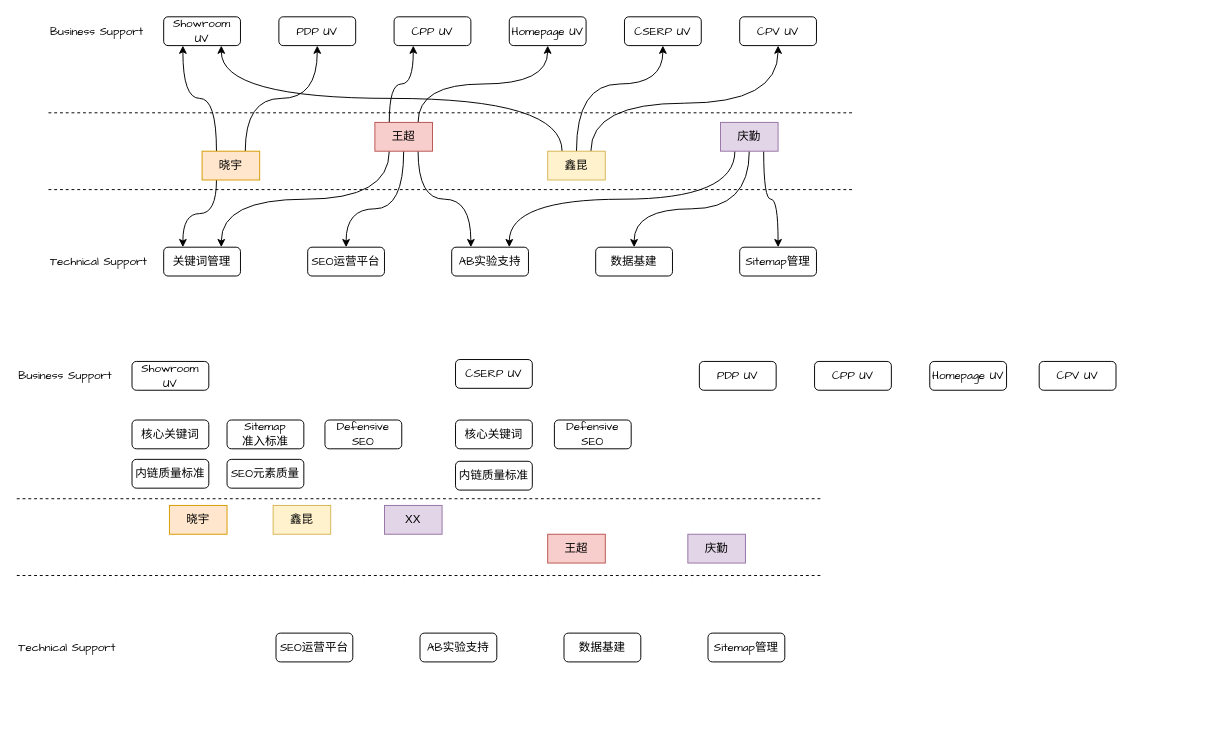
Above: drawio/团队分工.drawio in VisableHarry/seo-drawio (draw.io), before the change. Source tidied: cells renumbered, new cells numbered last; positions are measured from the earlier drawing's top-left corner, leaving out a move shared by most shapes. Both pictures are drawn from the tidied source at 96%, with x=0, y=0 at pixel (16, 16).
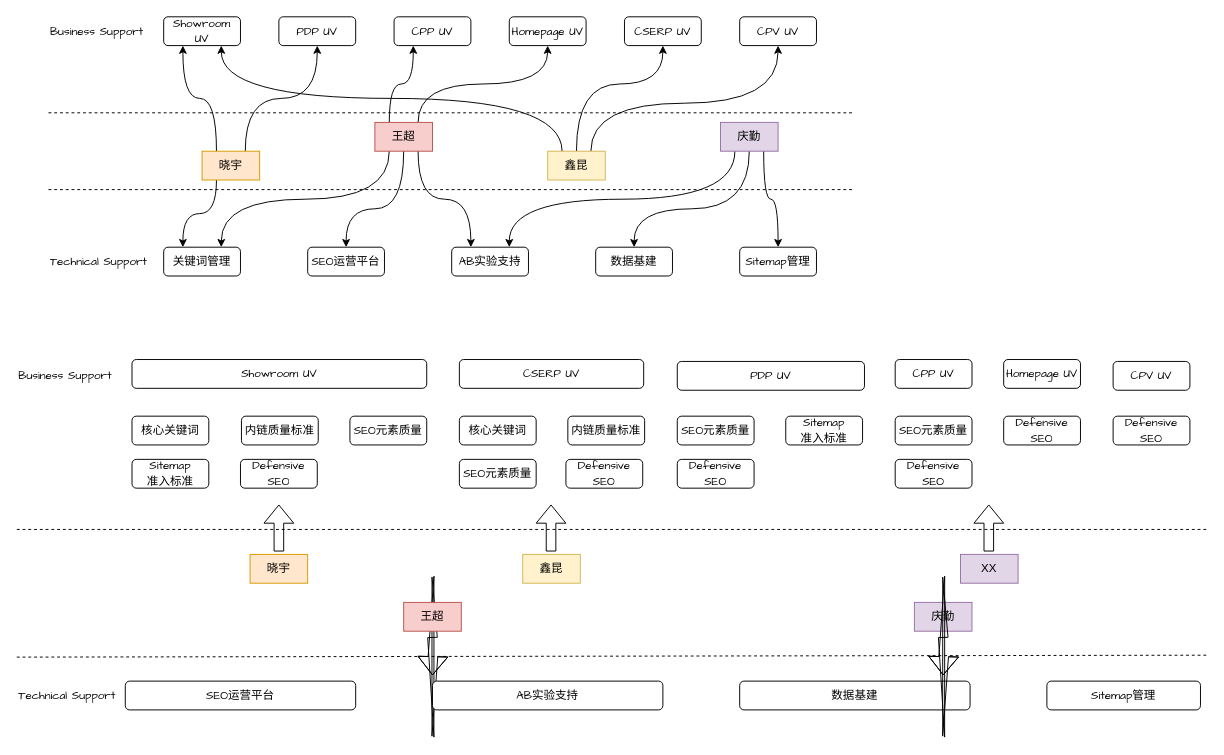
Above is the later version.

Commit message (it also covers changes not shown here):
更新团队分工.drawio

Diff of the diagram source:
```diff
@@
     <mxCell id="36" value="&lt;font face=&quot;Comic Sans MS&quot;&gt;Technical Support&lt;/font&gt;" style="text;html=1;whiteSpace=wrap;strokeColor=none;fillColor=none;align=left;verticalAlign=middle;rounded=0;" parent="1" vertex="1">
-      <mxGeometry y="642" width="150" height="30" as="geometry" />
+      <mxGeometry y="692" width="150" height="30" as="geometry" />
     </mxCell>
     <mxCell id="37" style="endArrow=none;dashed=1;html=1;rounded=0;" parent="1" edge="1">
       <mxGeometry relative="1" as="geometry">
-        <mxPoint y="502" as="sourcePoint" />
-        <mxPoint x="840" y="502" as="targetPoint" />
+        <mxPoint y="534" as="sourcePoint" />
+        <mxPoint x="1239" y="534" as="targetPoint" />
       </mxGeometry>
     </mxCell>
     <mxCell id="38" style="endArrow=none;dashed=1;html=1;rounded=0;" parent="1" edge="1">
       <mxGeometry relative="1" as="geometry">
-        <mxPoint y="582" as="sourcePoint" />
-        <mxPoint x="840" y="582" as="targetPoint" />
+        <mxPoint y="667" as="sourcePoint" />
+        <mxPoint x="1239" y="665" as="targetPoint" />
       </mxGeometry>
     </mxCell>
+    <mxCell id="62" style="edgeStyle=orthogonalEdgeStyle;shape=flexArrow;rounded=0;orthogonalLoop=1;jettySize=auto;html=1;" parent="1" edge="1">
+      <mxGeometry relative="1" as="geometry">
+        <mxPoint x="273" y="557" as="sourcePoint" />
+        <mxPoint x="273" y="508" as="targetPoint" />
+      </mxGeometry>
+    </mxCell>
     <mxCell id="39" value="晓宇" style="text;html=1;whiteSpace=wrap;strokeColor=#d79b00;fillColor=#ffe6cc;align=center;verticalAlign=middle;rounded=0;" parent="1" vertex="1">
-      <mxGeometry x="159" y="509" width="60" height="30" as="geometry" />
+      <mxGeometry x="243" y="560" width="60" height="30" as="geometry" />
     </mxCell>
+    <mxCell id="63" style="edgeStyle=orthogonalEdgeStyle;shape=flexArrow;rounded=0;orthogonalLoop=1;jettySize=auto;html=1;exitX=0.5;exitY=1;exitDx=0;exitDy=0;" parent="1" edge="1">
+      <mxGeometry relative="1" as="geometry">
+        <mxPoint x="433" y="646" as="sourcePoint" />
+        <mxPoint x="433" y="686" as="targetPoint" />
+      </mxGeometry>
+    </mxCell>
     <mxCell id="40" value="王超" style="text;html=1;whiteSpace=wrap;strokeColor=#b85450;fillColor=#f8cecc;align=center;verticalAlign=middle;rounded=0;" parent="1" vertex="1">
-      <mxGeometry x="553" y="539" width="60" height="30" as="geometry" />
+      <mxGeometry x="403" y="610" width="60" height="30" as="geometry" />
     </mxCell>
     <mxCell id="41" value="鑫昆" style="text;html=1;whiteSpace=wrap;strokeColor=#d6b656;fillColor=#fff2cc;align=center;verticalAlign=middle;rounded=0;" parent="1" vertex="1">
-      <mxGeometry x="267" y="509" width="60" height="30" as="geometry" />
+      <mxGeometry x="527" y="560" width="60" height="30" as="geometry" />
     </mxCell>
     <mxCell id="42" value="庆勤" style="text;html=1;whiteSpace=wrap;strokeColor=#9673a6;fillColor=#e1d5e7;align=center;verticalAlign=middle;rounded=0;" parent="1" vertex="1">
-      <mxGeometry x="699" y="539" width="60" height="30" as="geometry" />
+      <mxGeometry x="935" y="610" width="60" height="30" as="geometry" />
     </mxCell>
     <mxCell id="43" value="&lt;font face=&quot;Comic Sans MS&quot;&gt;Showroom UV&lt;/font&gt;" style="rounded=1;whiteSpace=wrap;html=1;" parent="1" vertex="1">
-      <mxGeometry x="120" y="359" width="80" height="30" as="geometry" />
+      <mxGeometry x="120" y="357" width="307" height="30" as="geometry" />
     </mxCell>
     <mxCell id="44" value="&lt;font face=&quot;Comic Sans MS&quot;&gt;CSERP UV&lt;/font&gt;" style="rounded=1;whiteSpace=wrap;html=1;" parent="1" vertex="1">
-      <mxGeometry x="457" y="357" width="80" height="30" as="geometry" />
+      <mxGeometry x="461" y="357" width="192" height="30" as="geometry" />
     </mxCell>
     <mxCell id="45" value="&lt;font face=&quot;Comic Sans MS&quot;&gt;CPP UV&lt;/font&gt;" style="rounded=1;whiteSpace=wrap;html=1;" parent="1" vertex="1">
-      <mxGeometry x="831" y="359" width="80" height="30" as="geometry" />
+      <mxGeometry x="915" y="357" width="80" height="30" as="geometry" />
     </mxCell>
     <mxCell id="46" value="&lt;font face=&quot;Comic Sans MS&quot;&gt;PDP UV&lt;/font&gt;" style="rounded=1;whiteSpace=wrap;html=1;" parent="1" vertex="1">
-      <mxGeometry x="711" y="359" width="80" height="30" as="geometry" />
+      <mxGeometry x="688" y="359" width="195" height="30" as="geometry" />
     </mxCell>
     <mxCell id="47" value="&lt;font face=&quot;Comic Sans MS&quot;&gt;Homepage UV&lt;/font&gt;" style="rounded=1;whiteSpace=wrap;html=1;" parent="1" vertex="1">
-      <mxGeometry x="951" y="359" width="80" height="30" as="geometry" />
+      <mxGeometry x="1028" y="357" width="80" height="30" as="geometry" />
     </mxCell>
     <mxCell id="48" value="&lt;font face=&quot;Comic Sans MS&quot;&gt;CPV UV&lt;/font&gt;" style="rounded=1;whiteSpace=wrap;html=1;" parent="1" vertex="1">
-      <mxGeometry x="1065" y="359" width="80" height="30" as="geometry" />
+      <mxGeometry x="1142" y="359" width="80" height="30" as="geometry" />
     </mxCell>
     <mxCell id="49" value="&lt;font face=&quot;Comic Sans MS&quot;&gt;数据基建&lt;/font&gt;" style="rounded=1;whiteSpace=wrap;html=1;" parent="1" vertex="1">
-      <mxGeometry x="570" y="642" width="80" height="30" as="geometry" />
+      <mxGeometry x="753" y="692" width="240" height="30" as="geometry" />
     </mxCell>
     <mxCell id="50" value="&lt;font face=&quot;Comic Sans MS&quot;&gt;Sitemap管理&lt;/font&gt;" style="rounded=1;whiteSpace=wrap;html=1;" parent="1" vertex="1">
-      <mxGeometry x="720" y="642" width="80" height="30" as="geometry" />
+      <mxGeometry x="1073" y="692" width="160" height="30" as="geometry" />
     </mxCell>
     <mxCell id="51" value="&lt;font face=&quot;Comic Sans MS&quot;&gt;SEO运营平台&lt;/font&gt;" style="rounded=1;whiteSpace=wrap;html=1;" parent="1" vertex="1">
-      <mxGeometry x="270" y="642" width="80" height="30" as="geometry" />
+      <mxGeometry x="113" y="692" width="240" height="30" as="geometry" />
     </mxCell>
     <mxCell id="52" value="&lt;font face=&quot;Comic Sans MS&quot;&gt;AB实验支持&lt;/font&gt;" style="rounded=1;whiteSpace=wrap;html=1;" parent="1" vertex="1">
-      <mxGeometry x="420" y="642" width="80" height="30" as="geometry" />
+      <mxGeometry x="433" y="692" width="240" height="30" as="geometry" />
     </mxCell>
     <mxCell id="53" value="&lt;font face=&quot;Comic Sans MS&quot;&gt;核心关键词&lt;/font&gt;" style="rounded=1;whiteSpace=wrap;html=1;" parent="1" vertex="1">
-      <mxGeometry x="120" y="420" width="80" height="30" as="geometry" />
+      <mxGeometry x="120" y="416" width="80" height="30" as="geometry" />
     </mxCell>
     <mxCell id="54" value="&lt;font face=&quot;Comic Sans MS&quot;&gt;内链质量标准&lt;/font&gt;" style="rounded=1;whiteSpace=wrap;html=1;" parent="1" vertex="1">
-      <mxGeometry x="120" y="461" width="80" height="30" as="geometry" />
+      <mxGeometry x="234" y="416" width="80" height="30" as="geometry" />
     </mxCell>
     <mxCell id="55" value="&lt;font face=&quot;Comic Sans MS&quot;&gt;Sitemap&lt;/font&gt;&lt;div&gt;&lt;font face=&quot;Comic Sans MS&quot;&gt;准入标准&lt;/font&gt;&lt;/div&gt;" style="rounded=1;whiteSpace=wrap;html=1;" parent="1" vertex="1">
-      <mxGeometry x="219" y="420" width="80" height="30" as="geometry" />
+      <mxGeometry x="120" y="461" width="80" height="30" as="geometry" />
     </mxCell>
     <mxCell id="56" value="&lt;font face=&quot;Comic Sans MS&quot;&gt;SEO元素质量&lt;/font&gt;" style="rounded=1;whiteSpace=wrap;html=1;" parent="1" vertex="1">
-      <mxGeometry x="219" y="461" width="80" height="30" as="geometry" />
+      <mxGeometry x="347" y="416" width="80" height="30" as="geometry" />
     </mxCell>
     <mxCell id="57" value="&lt;font face=&quot;Comic Sans MS&quot;&gt;Defensive SEO&lt;/font&gt;" style="rounded=1;whiteSpace=wrap;html=1;" parent="1" vertex="1">
-      <mxGeometry x="321" y="420" width="80" height="30" as="geometry" />
+      <mxGeometry x="233" y="461" width="80" height="30" as="geometry" />
     </mxCell>
     <mxCell id="58" value="XX" style="text;html=1;whiteSpace=wrap;strokeColor=#9673a6;fillColor=#e1d5e7;align=center;verticalAlign=middle;rounded=0;" parent="1" vertex="1">
-      <mxGeometry x="383" y="509" width="60" height="30" as="geometry" />
+      <mxGeometry x="983" y="560" width="60" height="30" as="geometry" />
     </mxCell>
     <mxCell id="59" value="&lt;font face=&quot;Comic Sans MS&quot;&gt;核心关键词&lt;/font&gt;" style="rounded=1;whiteSpace=wrap;html=1;" parent="1" vertex="1">
-      <mxGeometry x="457" y="420" width="80" height="30" as="geometry" />
+      <mxGeometry x="461" y="416" width="80" height="30" as="geometry" />
     </mxCell>
     <mxCell id="60" value="&lt;font face=&quot;Comic Sans MS&quot;&gt;Defensive SEO&lt;/font&gt;" style="rounded=1;whiteSpace=wrap;html=1;" parent="1" vertex="1">
-      <mxGeometry x="560" y="420" width="80" height="30" as="geometry" />
+      <mxGeometry x="572" y="461" width="80" height="30" as="geometry" />
     </mxCell>
     <mxCell id="61" value="&lt;font face=&quot;Comic Sans MS&quot;&gt;内链质量标准&lt;/font&gt;" style="rounded=1;whiteSpace=wrap;html=1;" parent="1" vertex="1">
-      <mxGeometry x="457" y="463" width="80" height="30" as="geometry" />
+      <mxGeometry x="574" y="416" width="80" height="30" as="geometry" />
     </mxCell>
+    <mxCell id="64" value="&lt;font face=&quot;Comic Sans MS&quot;&gt;SEO元素质量&lt;/font&gt;" style="rounded=1;whiteSpace=wrap;html=1;" parent="1" vertex="1">
+      <mxGeometry x="461" y="461" width="80" height="30" as="geometry" />
+    </mxCell>
+    <mxCell id="65" value="&lt;font face=&quot;Comic Sans MS&quot;&gt;Sitemap&lt;/font&gt;&lt;div&gt;&lt;font face=&quot;Comic Sans MS&quot;&gt;准入标准&lt;/font&gt;&lt;/div&gt;" style="rounded=1;whiteSpace=wrap;html=1;" parent="1" vertex="1">
+      <mxGeometry x="801" y="416" width="80" height="30" as="geometry" />
+    </mxCell>
+    <mxCell id="66" value="&lt;font face=&quot;Comic Sans MS&quot;&gt;Defensive SEO&lt;/font&gt;" style="rounded=1;whiteSpace=wrap;html=1;" parent="1" vertex="1">
+      <mxGeometry x="688" y="461" width="80" height="30" as="geometry" />
+    </mxCell>
+    <mxCell id="67" value="&lt;font face=&quot;Comic Sans MS&quot;&gt;SEO元素质量&lt;/font&gt;" style="rounded=1;whiteSpace=wrap;html=1;" parent="1" vertex="1">
+      <mxGeometry x="688" y="416" width="80" height="30" as="geometry" />
+    </mxCell>
+    <mxCell id="68" value="&lt;font face=&quot;Comic Sans MS&quot;&gt;Defensive SEO&lt;/font&gt;" style="rounded=1;whiteSpace=wrap;html=1;" parent="1" vertex="1">
+      <mxGeometry x="915" y="461" width="80" height="30" as="geometry" />
+    </mxCell>
+    <mxCell id="69" value="&lt;font face=&quot;Comic Sans MS&quot;&gt;SEO元素质量&lt;/font&gt;" style="rounded=1;whiteSpace=wrap;html=1;" parent="1" vertex="1">
+      <mxGeometry x="915" y="416" width="80" height="30" as="geometry" />
+    </mxCell>
+    <mxCell id="70" value="&lt;font face=&quot;Comic Sans MS&quot;&gt;Defensive SEO&lt;/font&gt;" style="rounded=1;whiteSpace=wrap;html=1;" parent="1" vertex="1">
+      <mxGeometry x="1028" y="416" width="80" height="30" as="geometry" />
+    </mxCell>
+    <mxCell id="71" value="&lt;font face=&quot;Comic Sans MS&quot;&gt;Defensive SEO&lt;/font&gt;" style="rounded=1;whiteSpace=wrap;html=1;" parent="1" vertex="1">
+      <mxGeometry x="1142" y="416" width="80" height="30" as="geometry" />
+    </mxCell>
+    <mxCell id="72" style="edgeStyle=orthogonalEdgeStyle;shape=flexArrow;rounded=0;orthogonalLoop=1;jettySize=auto;html=1;exitX=0.5;exitY=1;exitDx=0;exitDy=0;" parent="1" edge="1">
+      <mxGeometry relative="1" as="geometry">
+        <mxPoint x="965" y="646" as="sourcePoint" />
+        <mxPoint x="965" y="686" as="targetPoint" />
+      </mxGeometry>
+    </mxCell>
+    <mxCell id="73" style="edgeStyle=orthogonalEdgeStyle;shape=flexArrow;rounded=0;orthogonalLoop=1;jettySize=auto;html=1;" parent="1" edge="1">
+      <mxGeometry relative="1" as="geometry">
+        <mxPoint x="556.5" y="557" as="sourcePoint" />
+        <mxPoint x="556.5" y="508" as="targetPoint" />
+      </mxGeometry>
+    </mxCell>
+    <mxCell id="74" style="edgeStyle=orthogonalEdgeStyle;shape=flexArrow;rounded=0;orthogonalLoop=1;jettySize=auto;html=1;" parent="1" edge="1">
+      <mxGeometry relative="1" as="geometry">
+        <mxPoint x="1012.5" y="557" as="sourcePoint" />
+        <mxPoint x="1012.5" y="508" as="targetPoint" />
+      </mxGeometry>
+    </mxCell>
```
